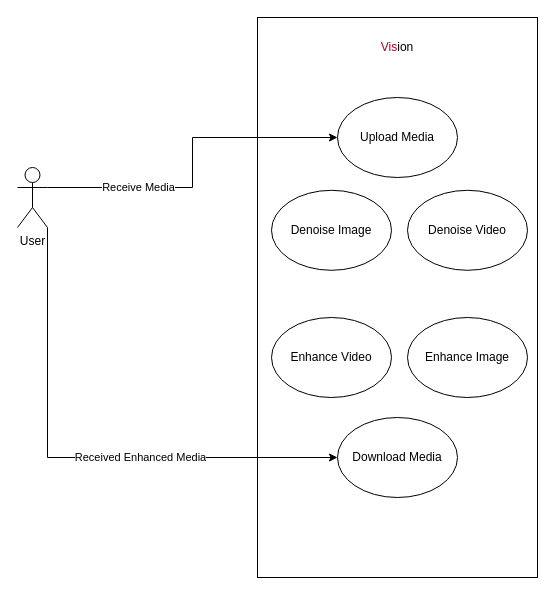
Above: docs/diagrams/drawing/UseCase.drawio in MrMoon/Vision (draw.io), before the change. Source tidied: cells renumbered, new cells numbered last; positions are measured from the earlier drawing's top-left corner, leaving out a move shared by most shapes. Both pictures are drawn from the tidied source at 100%, with x=0, y=0 at pixel (17, 17).
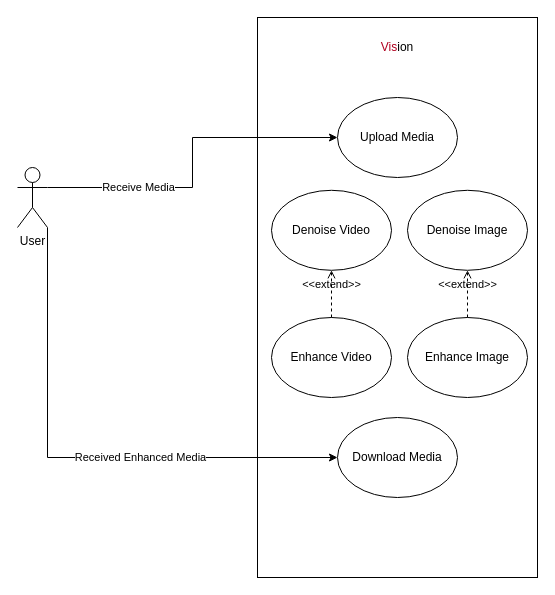
Above is the later version.

Change to the diagram source:
```diff
@@
 <mxGraphModel>
   <root>
     <mxCell id="0" />
     <mxCell id="1" parent="0" />
     <mxCell id="2" style="rounded=0;whiteSpace=wrap;html=1;fillColor=none;" parent="1" vertex="1">
       <mxGeometry x="240" width="280" height="560" as="geometry" />
     </mxCell>
-    <mxCell id="3" value="Denoise Image" style="ellipse;whiteSpace=wrap;html=1;fillColor=none;" parent="1" vertex="1">
+    <mxCell id="3" value="Denoise Video" style="ellipse;whiteSpace=wrap;html=1;fillColor=none;" parent="1" vertex="1">
       <mxGeometry x="254" y="172.8" width="120" height="80" as="geometry" />
     </mxCell>
-    <mxCell id="4" value="Denoise Video" style="ellipse;whiteSpace=wrap;html=1;fillColor=none;" parent="1" vertex="1">
+    <mxCell id="4" value="Denoise Image" style="ellipse;whiteSpace=wrap;html=1;fillColor=none;" parent="1" vertex="1">
       <mxGeometry x="390" y="172.8" width="120" height="80" as="geometry" />
     </mxCell>
     <mxCell id="5" value="Enhance Image" style="ellipse;whiteSpace=wrap;html=1;fillColor=none;" parent="1" vertex="1">
       <mxGeometry x="390" y="300" width="120" height="80" as="geometry" />
     </mxCell>
     <mxCell id="6" value="Enhance Video" style="ellipse;whiteSpace=wrap;html=1;fillColor=none;" parent="1" vertex="1">
       <mxGeometry x="254" y="300" width="120" height="80" as="geometry" />
     </mxCell>
     <mxCell id="7" style="edgeStyle=orthogonalEdgeStyle;rounded=0;jettySize=auto;html=1;exitX=1;exitY=0.3333333333333333;exitDx=0;exitDy=0;exitPerimeter=0;entryX=0;entryY=0.5;entryDx=0;entryDy=0;" parent="1" edge="1" source="12" target="13">
       <mxGeometry relative="1" as="geometry" />
     </mxCell>
     <mxCell id="8" value="Receive Media" style="edgeLabel;html=1;align=center;verticalAlign=middle;" parent="7" vertex="1">
       <mxGeometry x="-0.79" y="1" relative="1" as="geometry">
         <mxPoint x="54" as="offset" />
       </mxGeometry>
     </mxCell>
     <mxCell id="9" style="edgeStyle=orthogonalEdgeStyle;rounded=0;jettySize=auto;html=1;exitX=1;exitY=1;exitDx=0;exitDy=0;exitPerimeter=0;entryX=0;entryY=0.5;entryDx=0;entryDy=0;" parent="1" edge="1" source="12" target="14">
       <mxGeometry relative="1" as="geometry" />
     </mxCell>
     <mxCell id="10" value="Text" style="edgeLabel;html=1;align=center;verticalAlign=middle;" parent="9" vertex="1">
       <mxGeometry x="0.24" y="2" relative="1" as="geometry" />
     </mxCell>
     <mxCell id="11" value="Received Enhanced Media" style="edgeLabel;html=1;align=center;verticalAlign=middle;" parent="9" vertex="1">
       <mxGeometry x="0.24" y="1" relative="1" as="geometry" />
     </mxCell>
     <mxCell id="12" value="User" style="shape=umlActor;verticalLabelPosition=bottom;verticalAlign=top;html=1;outlineConnect=0;fillColor=none;" parent="1" vertex="1">
       <mxGeometry y="150" width="30" height="60" as="geometry" />
     </mxCell>
     <mxCell id="13" value="Upload Media" style="ellipse;whiteSpace=wrap;html=1;fillColor=none;" parent="1" vertex="1">
       <mxGeometry x="320" y="80" width="120" height="80" as="geometry" />
     </mxCell>
     <mxCell id="14" value="Download Media" style="ellipse;whiteSpace=wrap;html=1;fillColor=none;" parent="1" vertex="1">
       <mxGeometry x="320" y="400" width="120" height="80" as="geometry" />
     </mxCell>
     <mxCell id="15" value="&lt;font face=&quot;Caveat&quot;&gt;&lt;font color=&quot;#b00020&quot;&gt;Vis&lt;/font&gt;ion&lt;/font&gt;" style="text;html=1;strokeColor=none;fillColor=none;align=center;verticalAlign=middle;whiteSpace=wrap;rounded=0;" parent="1" vertex="1">
       <mxGeometry x="360" y="20" width="40" height="20" as="geometry" />
     </mxCell>
+    <mxCell id="16" value="&amp;lt;&amp;lt;extend&amp;gt;&amp;gt;" style="html=1;verticalAlign=bottom;labelBackgroundColor=none;endArrow=open;endFill=0;dashed=1;entryX=0.5;entryY=1;entryDx=0;entryDy=0;exitX=0.5;exitY=0;exitDx=0;exitDy=0;" parent="1" edge="1" source="5" target="4">
+      <mxGeometry relative="1" as="geometry" />
+    </mxCell>
+    <mxCell id="17" value="&amp;lt;&amp;lt;extend&amp;gt;&amp;gt;" style="html=1;verticalAlign=bottom;labelBackgroundColor=none;endArrow=open;endFill=0;dashed=1;entryX=0.5;entryY=1;entryDx=0;entryDy=0;exitX=0.5;exitY=0;exitDx=0;exitDy=0;" parent="1" edge="1" source="6" target="3">
+      <mxGeometry relative="1" as="geometry" />
+    </mxCell>
   </root>
 </mxGraphModel>
```
